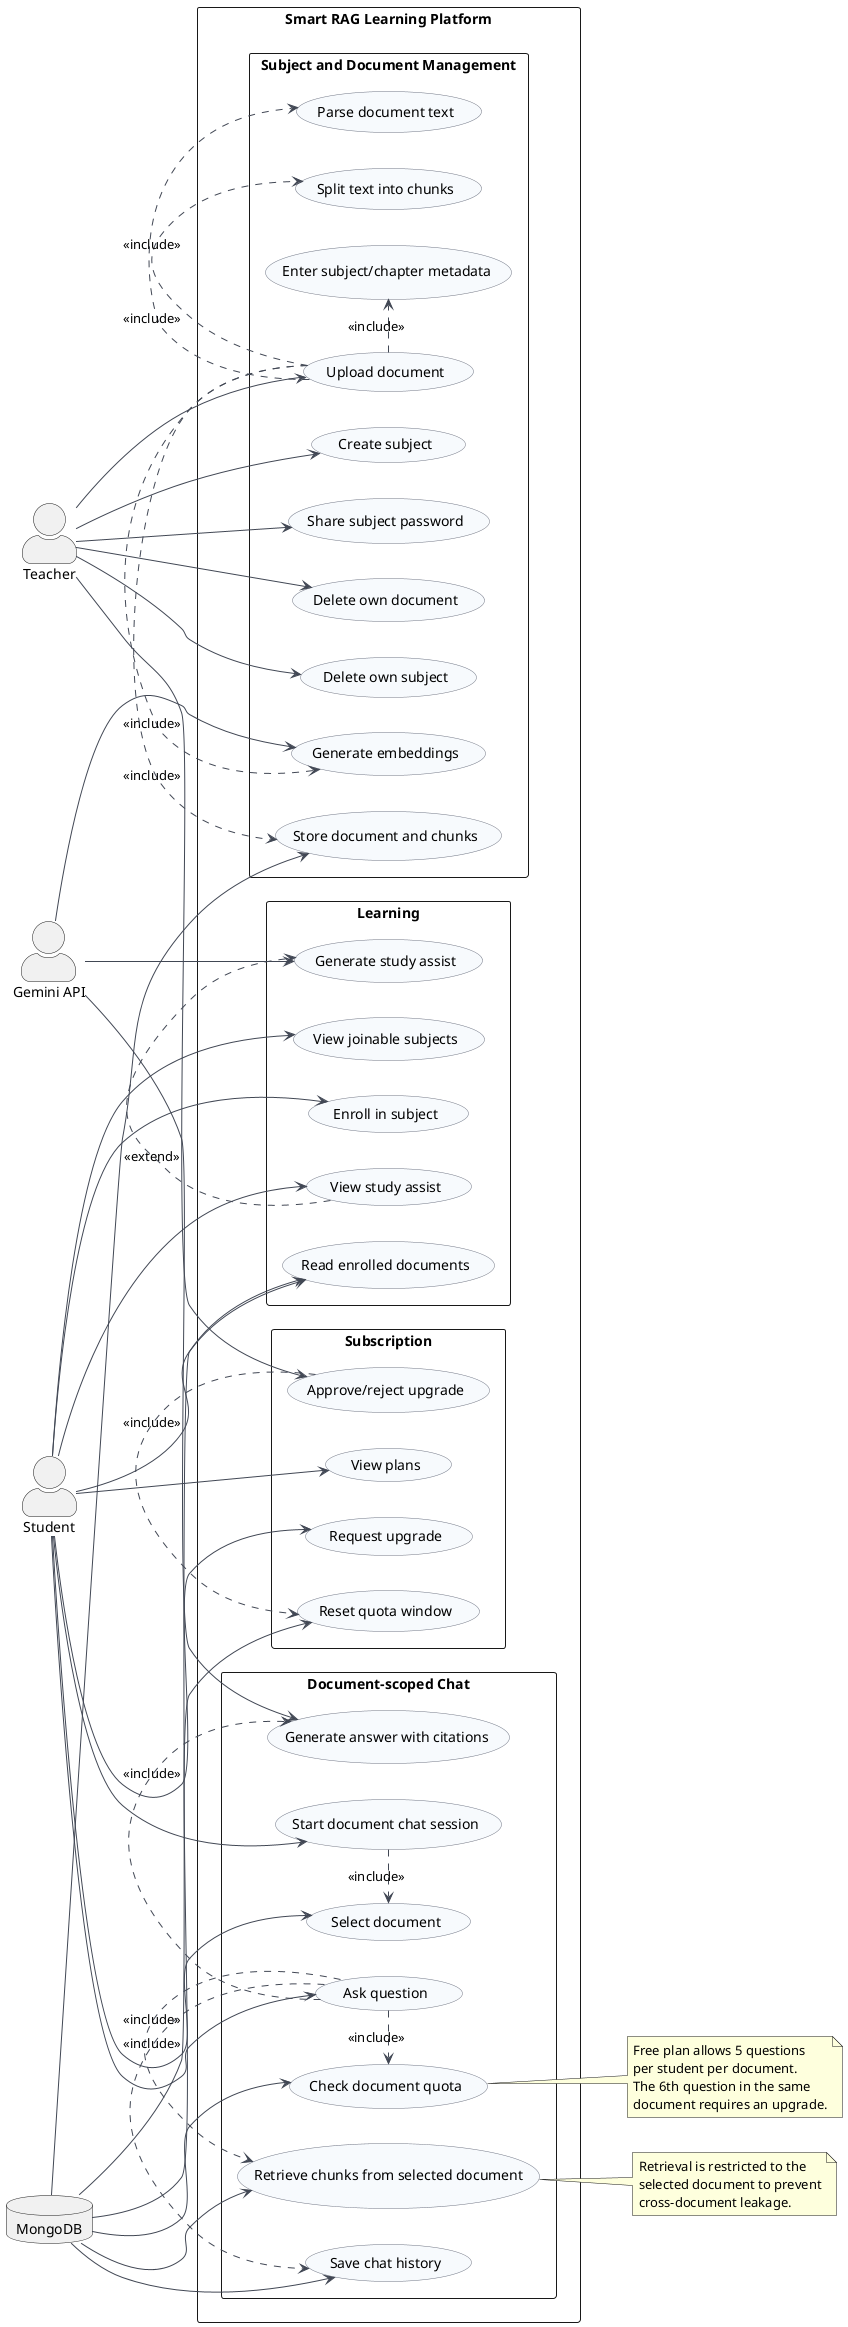
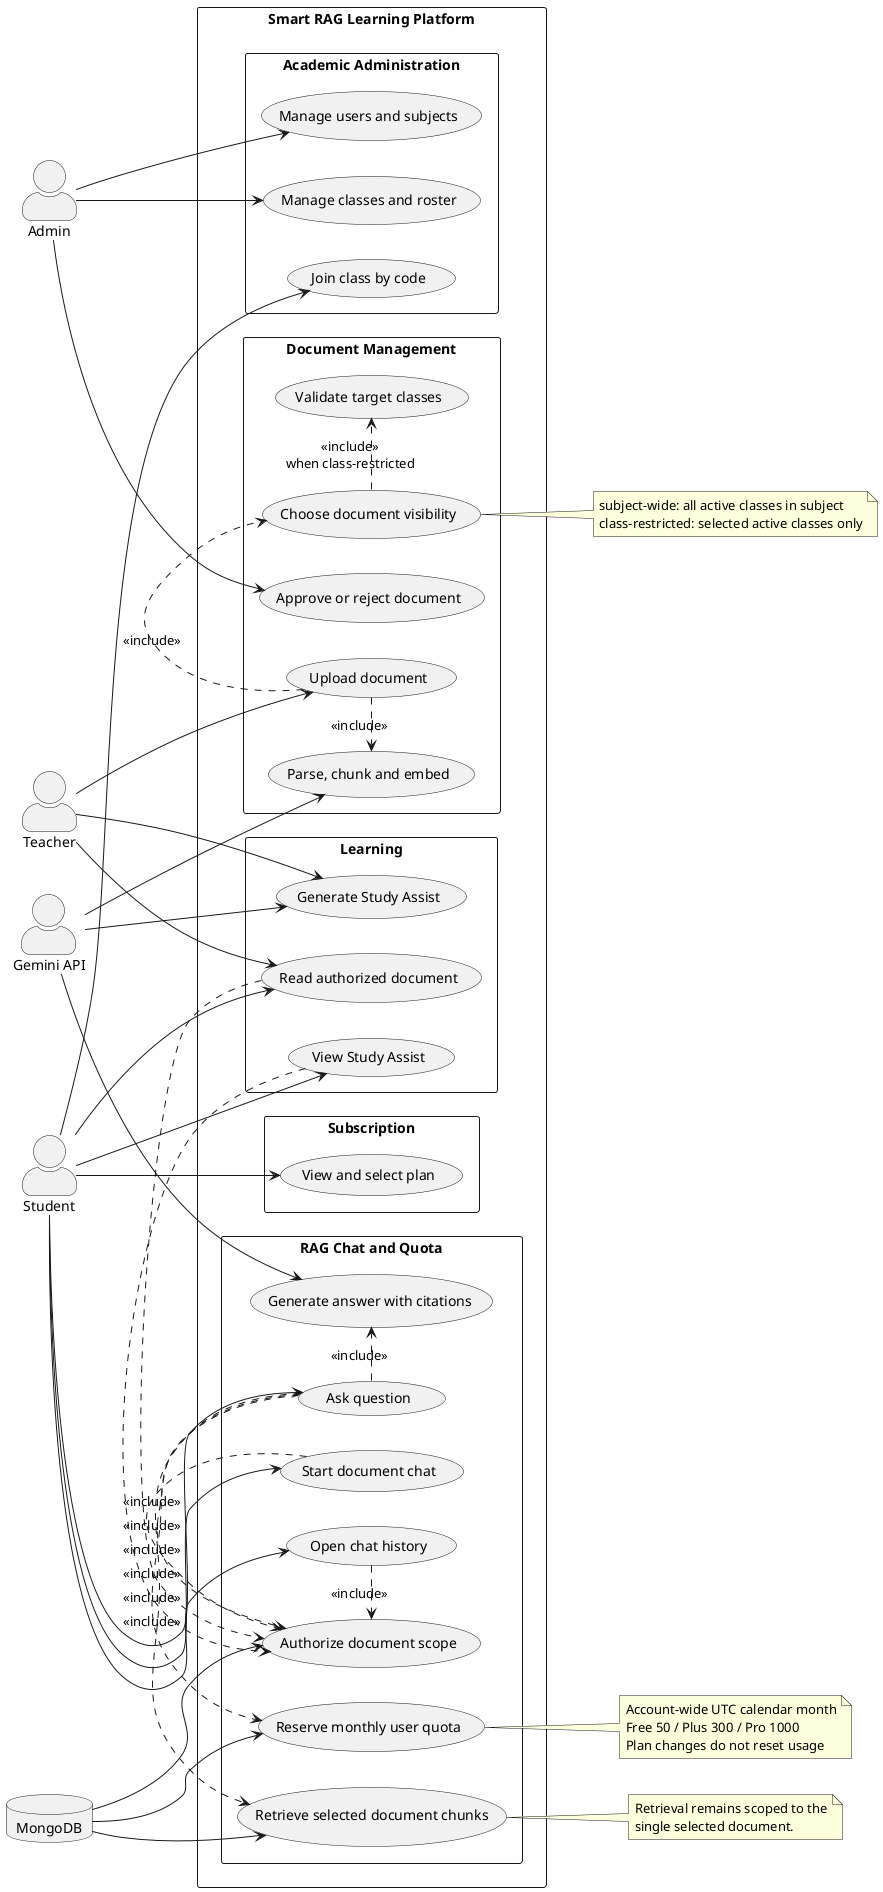
@startuml
left to right direction
skinparam packageStyle rectangle
skinparam actorStyle awesome
skinparam shadowing false
- skinparam usecase {
-   BackgroundColor #F7FAFD
-   BorderColor #727785
-   ArrowColor #414754
- }

- actor "Teacher" as Teacher
- actor "Student" as Student
+ actor Admin
+ actor Teacher
+ actor Student
actor "Gemini API" as Gemini
- database "MongoDB" as Mongo
+ database MongoDB as Mongo

rectangle "Smart RAG Learning Platform" {
-   package "Subject and Document Management" {
-     usecase "Create subject" as UC_CreateSubject
-     usecase "Share subject password" as UC_SharePassword
-     usecase "Upload document" as UC_UploadDocument
-     usecase "Enter subject/chapter metadata" as UC_Metadata
-     usecase "Delete own document" as UC_DeleteDocument
-     usecase "Delete own subject" as UC_DeleteSubject
-     usecase "Parse document text" as UC_Parse
-     usecase "Split text into chunks" as UC_Chunk
-     usecase "Generate embeddings" as UC_Embed
-     usecase "Store document and chunks" as UC_StoreDoc
+   package "Academic Administration" {
+     usecase "Manage users and subjects" as UC_ManageCatalog
+     usecase "Manage classes and roster" as UC_ManageClasses
+     usecase "Join class by code" as UC_JoinClass
+   }
+ 
+   package "Document Management" {
+     usecase "Upload document" as UC_Upload
+     usecase "Choose document visibility" as UC_Visibility
+     usecase "Validate target classes" as UC_ValidateClasses
+     usecase "Parse, chunk and embed" as UC_Index
+     usecase "Approve or reject document" as UC_Review
  }

  package "Learning" {
-     usecase "View joinable subjects" as UC_ViewSubjects
-     usecase "Enroll in subject" as UC_Enroll
-     usecase "Read enrolled documents" as UC_ReadDocs
-     usecase "View study assist" as UC_Assist
-     usecase "Generate study assist" as UC_GenerateAssist
+     usecase "Read authorized document" as UC_Read
+     usecase "Generate Study Assist" as UC_GenerateAssist
+     usecase "View Study Assist" as UC_ViewAssist
  }

-   package "Document-scoped Chat" {
-     usecase "Select document" as UC_SelectDocument
-     usecase "Start document chat session" as UC_StartChat
+   package "RAG Chat and Quota" {
+     usecase "Start document chat" as UC_StartChat
+     usecase "Open chat history" as UC_OpenChat
    usecase "Ask question" as UC_Ask
-     usecase "Check document quota" as UC_CheckQuota
-     usecase "Retrieve chunks from selected document" as UC_Retrieve
+     usecase "Authorize document scope" as UC_Authorize
+     usecase "Reserve monthly user quota" as UC_Quota
+     usecase "Retrieve selected document chunks" as UC_Retrieve
    usecase "Generate answer with citations" as UC_Answer
-     usecase "Save chat history" as UC_SaveChat
  }

  package "Subscription" {
-     usecase "View plans" as UC_ViewPlans
-     usecase "Request upgrade" as UC_RequestUpgrade
-     usecase "Approve/reject upgrade" as UC_ApproveUpgrade
-     usecase "Reset quota window" as UC_ResetQuota
+     usecase "View and select plan" as UC_Plan
  }
}

- Teacher --> UC_CreateSubject
- Teacher --> UC_SharePassword
- Teacher --> UC_UploadDocument
- Teacher --> UC_DeleteDocument
- Teacher --> UC_DeleteSubject
- Teacher --> UC_ApproveUpgrade
+ Admin --> UC_ManageCatalog
+ Admin --> UC_ManageClasses
+ Admin --> UC_Review
+ Teacher --> UC_Upload
+ Teacher --> UC_GenerateAssist
+ Teacher --> UC_Read
+ Student --> UC_JoinClass
+ Student --> UC_Read
+ Student --> UC_ViewAssist
+ Student --> UC_StartChat
+ Student --> UC_OpenChat
+ Student --> UC_Ask
+ Student --> UC_Plan

- Student --> UC_ViewSubjects
- Student --> UC_Enroll
- Student --> UC_ReadDocs
- Student --> UC_Assist
- Student --> UC_SelectDocument
- Student --> UC_StartChat
- Student --> UC_Ask
- Student --> UC_ViewPlans
- Student --> UC_RequestUpgrade
- 
- UC_UploadDocument .> UC_Metadata : <<include>>
- UC_UploadDocument .> UC_Parse : <<include>>
- UC_UploadDocument .> UC_Chunk : <<include>>
- UC_UploadDocument .> UC_Embed : <<include>>
- UC_UploadDocument .> UC_StoreDoc : <<include>>
- 
- UC_Assist .> UC_GenerateAssist : <<extend>>
- UC_StartChat .> UC_SelectDocument : <<include>>
- UC_Ask .> UC_CheckQuota : <<include>>
+ UC_Upload .> UC_Visibility : <<include>>
+ UC_Visibility .> UC_ValidateClasses : <<include>>\nwhen class-restricted
+ UC_Upload .> UC_Index : <<include>>
+ UC_Read .> UC_Authorize : <<include>>
+ UC_ViewAssist .> UC_Authorize : <<include>>
+ UC_StartChat .> UC_Authorize : <<include>>
+ UC_OpenChat .> UC_Authorize : <<include>>
+ UC_Ask .> UC_Authorize : <<include>>
+ UC_Ask .> UC_Quota : <<include>>
UC_Ask .> UC_Retrieve : <<include>>
UC_Ask .> UC_Answer : <<include>>
- UC_Ask .> UC_SaveChat : <<include>>
- UC_ApproveUpgrade .> UC_ResetQuota : <<include>>

- Gemini --> UC_Embed
+ Gemini --> UC_Index
Gemini --> UC_GenerateAssist
Gemini --> UC_Answer
+ Mongo --> UC_Authorize
+ Mongo --> UC_Quota
+ Mongo --> UC_Retrieve

- Mongo --> UC_StoreDoc
- Mongo --> UC_ReadDocs
- Mongo --> UC_Retrieve
- Mongo --> UC_SaveChat
- Mongo --> UC_CheckQuota
- Mongo --> UC_ResetQuota
+ note right of UC_Visibility
+ subject-wide: all active classes in subject
+ class-restricted: selected active classes only
+ end note

- note right of UC_CheckQuota
- Free plan allows 5 questions
- per student per document.
- The 6th question in the same
- document requires an upgrade.
+ note right of UC_Quota
+ Account-wide UTC calendar month
+ Free 50 / Plus 300 / Pro 1000
+ Plan changes do not reset usage
end note

note right of UC_Retrieve
- Retrieval is restricted to the
- selected document to prevent
- cross-document leakage.
+ Retrieval remains scoped to the
+ single selected document.
end note
- 
@enduml
